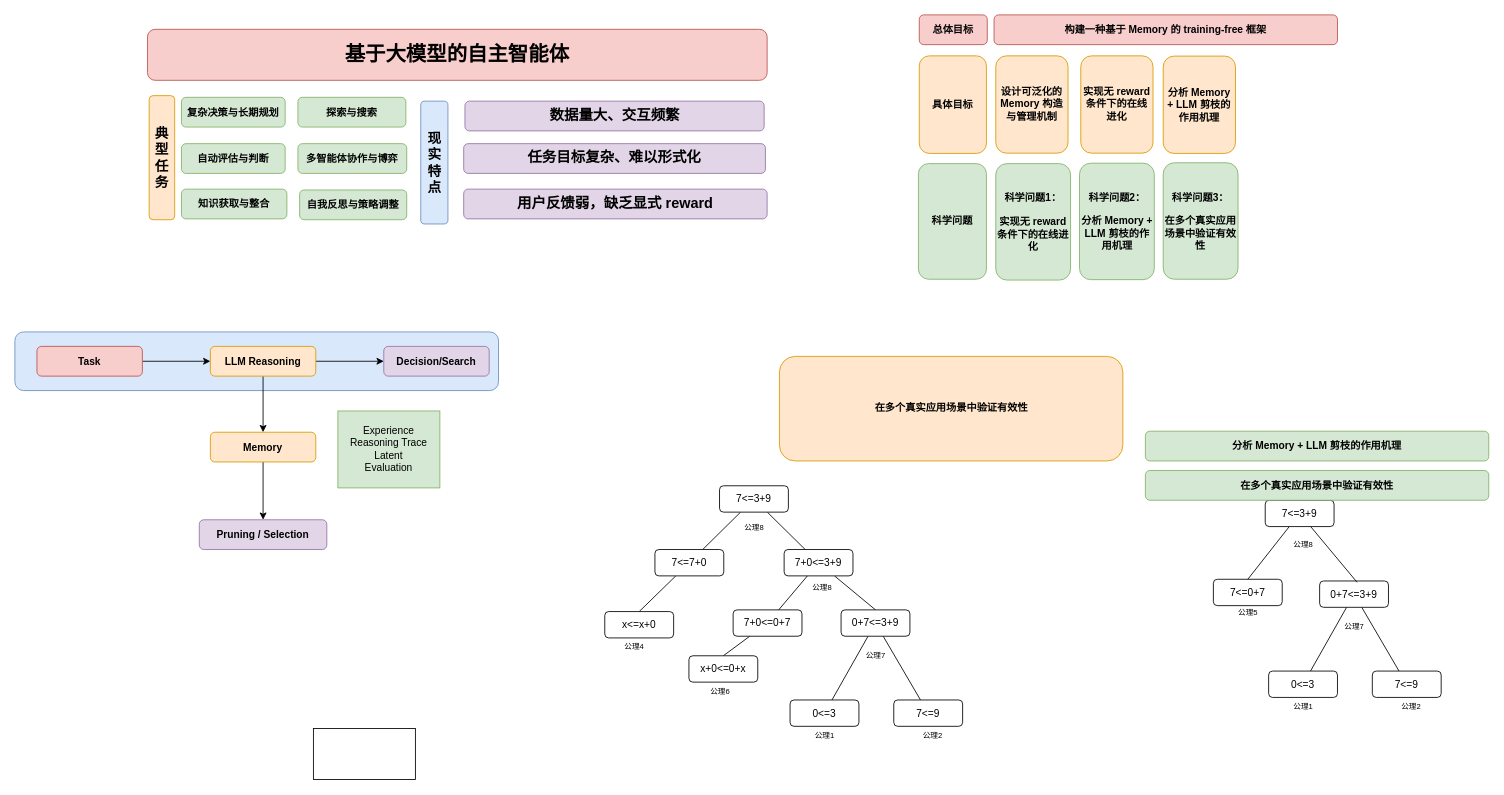
This is 测试.drawio from YiningZhang2002/BackUp, a draw.io file, before an edit. Source tidied: cells renumbered, new cells numbered last; positions are measured from the earlier drawing's top-left corner, leaving out a move shared by most shapes. Both pictures are drawn from the tidied source at 85%, with x=0, y=0 at pixel (14, 14).
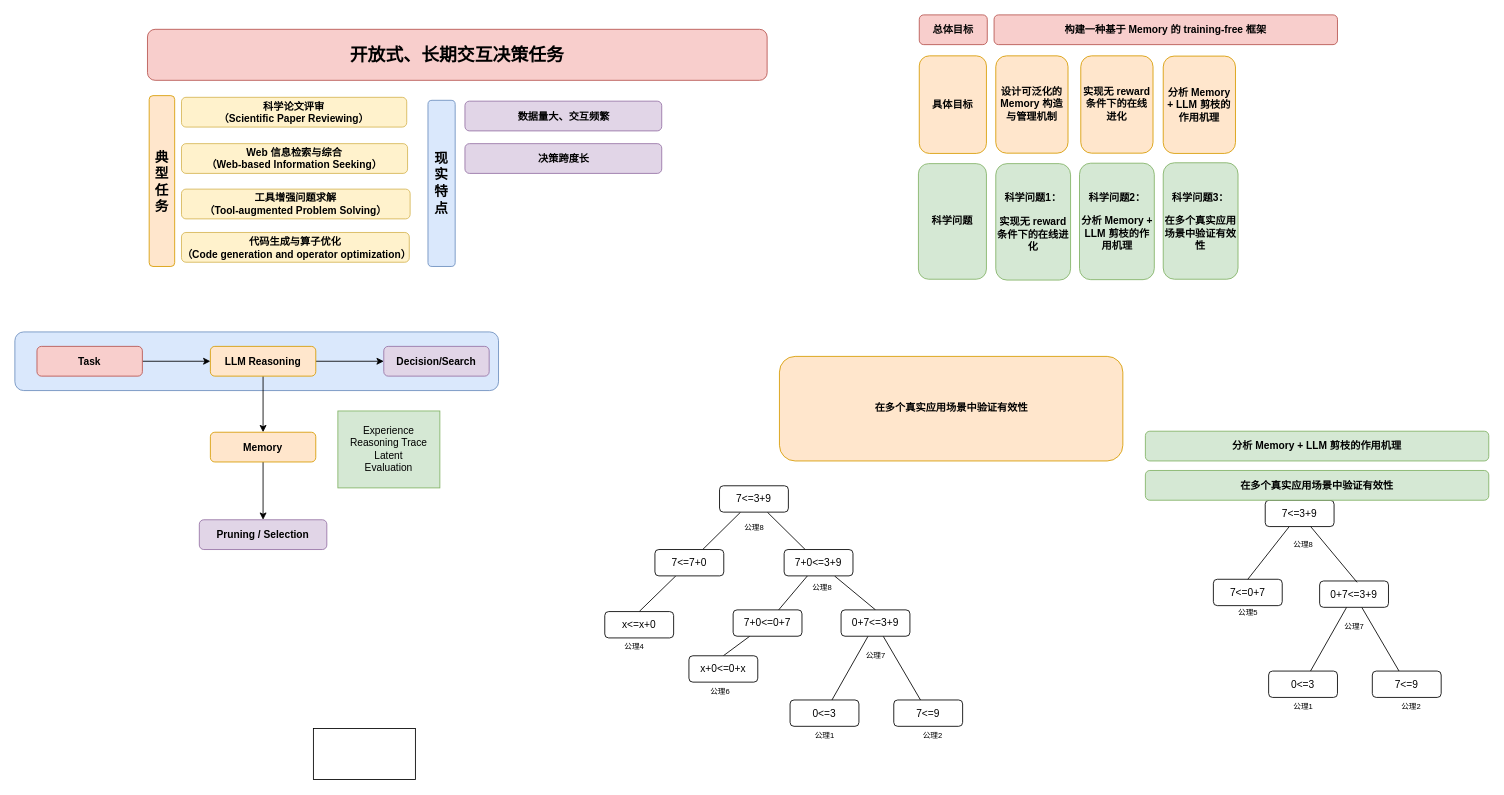
The same diagram, later.

What changed in the source:
```diff
@@
-    <mxCell id="41" value="&lt;div&gt;&lt;p style=&quot;font-size: 16pt; font-family: DengXian; line-height: 100%;&quot;&gt;&lt;span style=&quot;font-size: 18pt; font-family: &amp;quot;思源黑体 Light&amp;quot;; font-weight: bold;&quot;&gt;基于大模型的自主智能体&lt;/span&gt;&lt;/p&gt;&lt;/div&gt;" style="rounded=1;whiteSpace=wrap;html=1;fillColor=#f8cecc;strokeColor=#b85450;" parent="1" vertex="1">
+    <mxCell id="41" value="&lt;font style=&quot;font-size: 21px;&quot;&gt;&lt;b&gt;开放式、长期交互决策任务&lt;/b&gt;&lt;/font&gt;" style="rounded=1;whiteSpace=wrap;html=1;fillColor=#f8cecc;strokeColor=#b85450;" parent="1" vertex="1">
       <mxGeometry x="156" y="17" width="729" height="60" as="geometry" />
     </mxCell>
     <mxCell id="42" value="&lt;b&gt;&lt;font style=&quot;font-size: 16px;&quot;&gt;典型任务&lt;/font&gt;&lt;/b&gt;" style="rounded=1;whiteSpace=wrap;html=1;fillColor=#ffe6cc;strokeColor=#d79b00;" parent="1" vertex="1">
-      <mxGeometry x="158" y="95" width="30" height="146" as="geometry" />
+      <mxGeometry x="158" y="95" width="30" height="201" as="geometry" />
     </mxCell>
-    <mxCell id="43" value="&lt;b&gt;复杂决策与长期规划&lt;/b&gt;" style="rounded=1;whiteSpace=wrap;html=1;fillColor=#d5e8d4;strokeColor=#82b366;" parent="1" vertex="1">
-      <mxGeometry x="196" y="97" width="122" height="35" as="geometry" />
+    <mxCell id="43" value="&lt;b&gt;科学论文评审&lt;/b&gt;&lt;div&gt;&lt;b&gt;（Scientific Paper Reviewing）&lt;/b&gt;&lt;/div&gt;" style="rounded=1;whiteSpace=wrap;html=1;fillColor=#fff2cc;strokeColor=#d6b656;" parent="1" vertex="1">
+      <mxGeometry x="196" y="97" width="265" height="35" as="geometry" />
     </mxCell>
-    <mxCell id="44" value="&lt;b&gt;探索与搜索&lt;/b&gt;" style="rounded=1;whiteSpace=wrap;html=1;fillColor=#d5e8d4;strokeColor=#82b366;" parent="1" vertex="1">
-      <mxGeometry x="333" y="97" width="127" height="35" as="geometry" />
-    </mxCell>
-    <mxCell id="45" value="&lt;b&gt;自动评估与判断&lt;/b&gt;" style="rounded=1;whiteSpace=wrap;html=1;fillColor=#d5e8d4;strokeColor=#82b366;" parent="1" vertex="1">
-      <mxGeometry x="196" y="151.5" width="122" height="35" as="geometry" />
+    <mxCell id="45" value="&lt;b&gt;Web 信息检索与综合&lt;/b&gt;&lt;div&gt;&lt;b&gt;（Web-based Information Seeking）&lt;/b&gt;&lt;/div&gt;" style="rounded=1;whiteSpace=wrap;html=1;fillColor=#fff2cc;strokeColor=#d6b656;" parent="1" vertex="1">
+      <mxGeometry x="196" y="151.5" width="266" height="35" as="geometry" />
     </mxCell>
     <mxCell id="46" value="&lt;b&gt;&lt;font style=&quot;font-size: 16px;&quot;&gt;现实特点&lt;/font&gt;&lt;/b&gt;" style="rounded=1;whiteSpace=wrap;html=1;fillColor=#dae8fc;strokeColor=#6c8ebf;" parent="1" vertex="1">
-      <mxGeometry x="477.5" y="101.5" width="32" height="144.5" as="geometry" />
+      <mxGeometry x="486" y="100.5" width="32" height="195.5" as="geometry" />
     </mxCell>
-    <mxCell id="47" value="&lt;div&gt;&lt;p style=&quot;font-family: DengXian; line-height: 100%;&quot;&gt;&lt;span style=&quot;font-family: &amp;quot;思源黑体 Light&amp;quot;;&quot;&gt;&lt;font style=&quot;font-size: 17px;&quot;&gt;&lt;b&gt;数据量大、交互频繁&lt;/b&gt;&lt;/font&gt;&lt;/span&gt;&lt;/p&gt;&lt;/div&gt;" style="rounded=1;whiteSpace=wrap;html=1;fillColor=#e1d5e7;strokeColor=#9673a6;" parent="1" vertex="1">
-      <mxGeometry x="529.5" y="101.5" width="352" height="35" as="geometry" />
+    <mxCell id="47" value="&lt;div&gt;&lt;p style=&quot;font-family: DengXian; line-height: 100%;&quot;&gt;&lt;span style=&quot;font-family: &amp;quot;思源黑体 Light&amp;quot;;&quot;&gt;&lt;font&gt;&lt;b style=&quot;&quot;&gt;数据量大、交互频繁&lt;/b&gt;&lt;/font&gt;&lt;/span&gt;&lt;/p&gt;&lt;/div&gt;" style="rounded=1;whiteSpace=wrap;html=1;fillColor=#e1d5e7;strokeColor=#9673a6;" parent="1" vertex="1">
+      <mxGeometry x="529.5" y="101.5" width="231.5" height="35" as="geometry" />
     </mxCell>
-    <mxCell id="48" value="&lt;div&gt;&lt;p style=&quot;font-family: DengXian; line-height: 100%;&quot;&gt;&lt;span style=&quot;font-family: &amp;quot;思源黑体 Light&amp;quot;;&quot;&gt;&lt;font style=&quot;font-size: 17px;&quot;&gt;&lt;b&gt;任务目标复杂、难以形式化&lt;/b&gt;&lt;/font&gt;&lt;/span&gt;&lt;/p&gt;&lt;/div&gt;" style="rounded=1;whiteSpace=wrap;html=1;fillColor=#e1d5e7;strokeColor=#9673a6;" parent="1" vertex="1">
-      <mxGeometry x="528" y="151.5" width="355" height="35" as="geometry" />
-    </mxCell>
-    <mxCell id="49" value="&lt;div&gt;&lt;p style=&quot;font-family: DengXian; line-height: 100%;&quot;&gt;&lt;span style=&quot;font-family: &amp;quot;思源黑体 Light&amp;quot;;&quot;&gt;&lt;font style=&quot;font-size: 17px;&quot;&gt;&lt;b&gt;用户反馈弱，缺乏显式 reward&lt;/b&gt;&lt;/font&gt;&lt;/span&gt;&lt;/p&gt;&lt;/div&gt;" style="rounded=1;whiteSpace=wrap;html=1;fillColor=#e1d5e7;strokeColor=#9673a6;" parent="1" vertex="1">
-      <mxGeometry x="528" y="205" width="357" height="35" as="geometry" />
-    </mxCell>
-    <mxCell id="50" value="&lt;b&gt;多智能体协作与博弈&lt;/b&gt;" style="rounded=1;whiteSpace=wrap;html=1;fillColor=#d5e8d4;strokeColor=#82b366;" parent="1" vertex="1">
-      <mxGeometry x="333" y="151.5" width="128" height="35" as="geometry" />
-    </mxCell>
-    <mxCell id="51" value="&lt;b&gt;知识获取与整合&lt;/b&gt;" style="rounded=1;whiteSpace=wrap;html=1;fillColor=#d5e8d4;strokeColor=#82b366;" parent="1" vertex="1">
-      <mxGeometry x="196" y="205" width="124" height="35" as="geometry" />
+    <mxCell id="51" value="&lt;font&gt;&lt;b&gt;工具增强问题求解&lt;/b&gt;&lt;/font&gt;&lt;div&gt;&lt;font&gt;&lt;b&gt;（Tool-augmented Problem Solving）&lt;/b&gt;&lt;/font&gt;&lt;/div&gt;" style="rounded=1;whiteSpace=wrap;html=1;fillColor=#fff2cc;strokeColor=#d6b656;" parent="1" vertex="1">
+      <mxGeometry x="196" y="205" width="269" height="35" as="geometry" />
     </mxCell>
-    <mxCell id="52" value="&lt;b&gt;自我反思与策略调整&lt;/b&gt;" style="rounded=1;whiteSpace=wrap;html=1;fillColor=#d5e8d4;strokeColor=#82b366;" parent="1" vertex="1">
-      <mxGeometry x="335" y="206" width="126" height="35" as="geometry" />
-    </mxCell>
@@
+    <mxCell id="77" value="&lt;b&gt;代码生成与算子优化&lt;br&gt;（Code generation and operator optimization）&lt;/b&gt;" style="rounded=1;whiteSpace=wrap;html=1;fillColor=#fff2cc;strokeColor=#d6b656;" parent="1" vertex="1">
+      <mxGeometry x="196" y="256" width="268" height="35" as="geometry" />
+    </mxCell>
+    <mxCell id="78" value="&lt;div&gt;&lt;p style=&quot;font-family: DengXian; line-height: 100%;&quot;&gt;&lt;span style=&quot;font-family: &amp;quot;思源黑体 Light&amp;quot;;&quot;&gt;&lt;font&gt;&lt;b style=&quot;&quot;&gt;决策跨度长&lt;/b&gt;&lt;/font&gt;&lt;/span&gt;&lt;/p&gt;&lt;/div&gt;" style="rounded=1;whiteSpace=wrap;html=1;fillColor=#e1d5e7;strokeColor=#9673a6;" parent="1" vertex="1">
+      <mxGeometry x="529.5" y="151.5" width="231.5" height="35" as="geometry" />
+    </mxCell>
```
